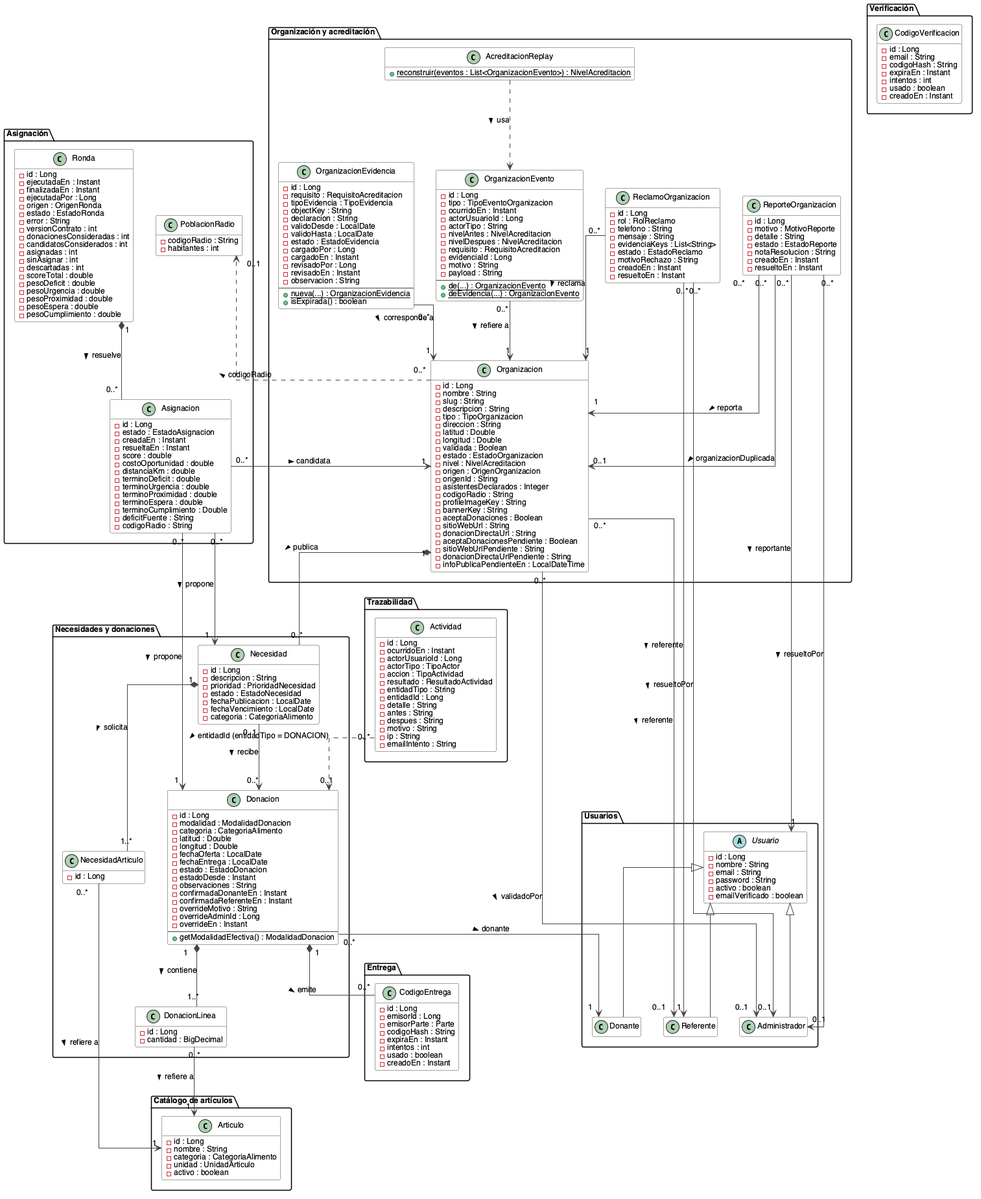
S21-Projects/hornero_monorepo keeps this PlantUML diagram as docs/tesis/diagramas/estructura/clases-dominio.png. Above is the earlier version.
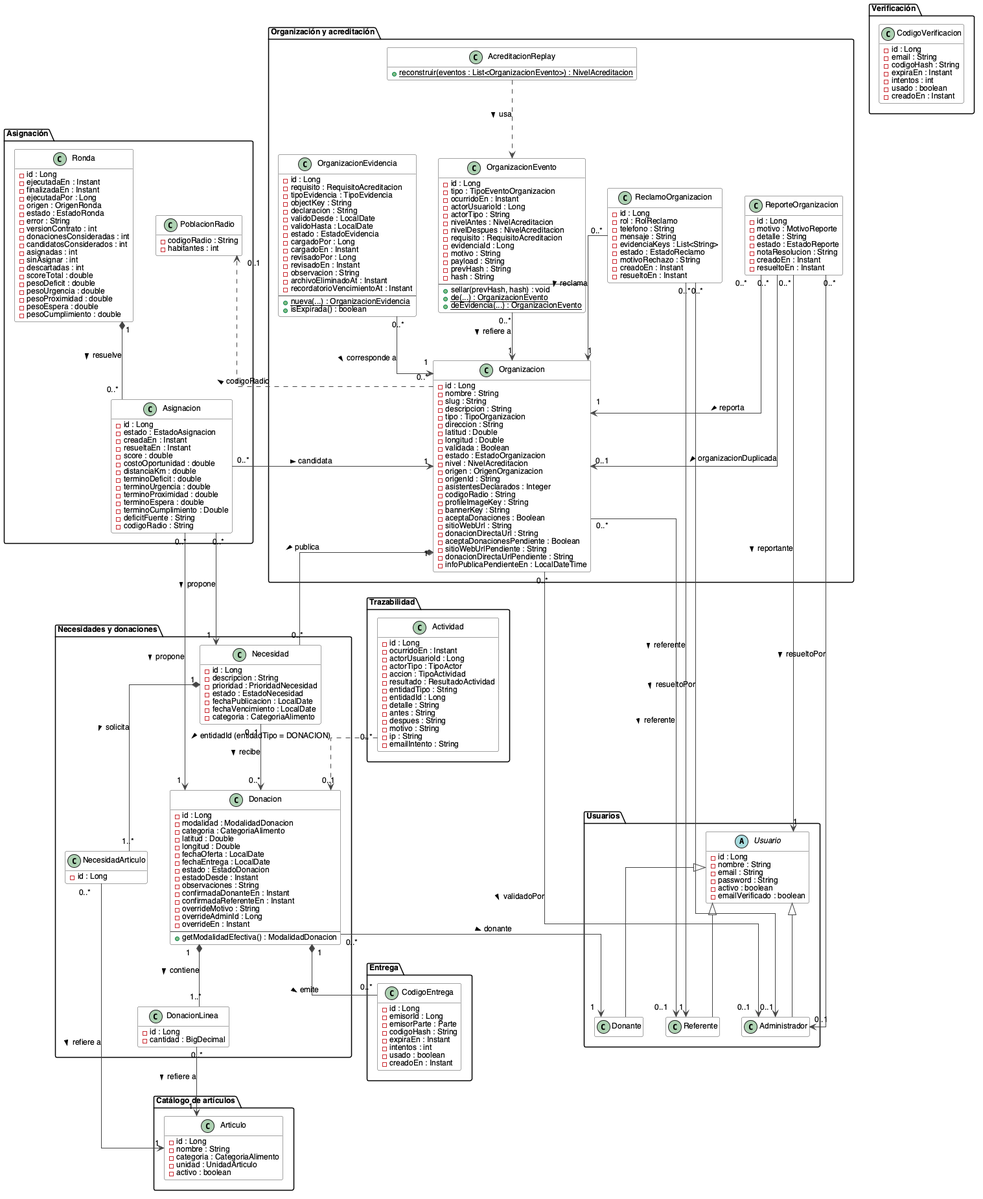
After the commit.

Commit message:
docs(tfg): add hash chain, evidence retention fields and expiry to the data model diagrams (B2)

What changed in the source:
```diff
@@ -71,6 +71,8 @@
     - revisadoPor : Long
     - revisadoEn : Instant
     - observacion : String
+    - archivoEliminadoAt : Instant
+    - recordatorioVencimientoAt : Instant
     --
     + {static} nueva(...) : OrganizacionEvidencia
     + isExpirada() : boolean
@@ -88,7 +90,10 @@
     - evidenciaId : Long
     - motivo : String
     - payload : String
+    - prevHash : String
+    - hash : String
     --
+    + sellar(prevHash, hash) : void
     + {static} de(...) : OrganizacionEvento
     + {static} deEvidencia(...) : OrganizacionEvento
   }
```
